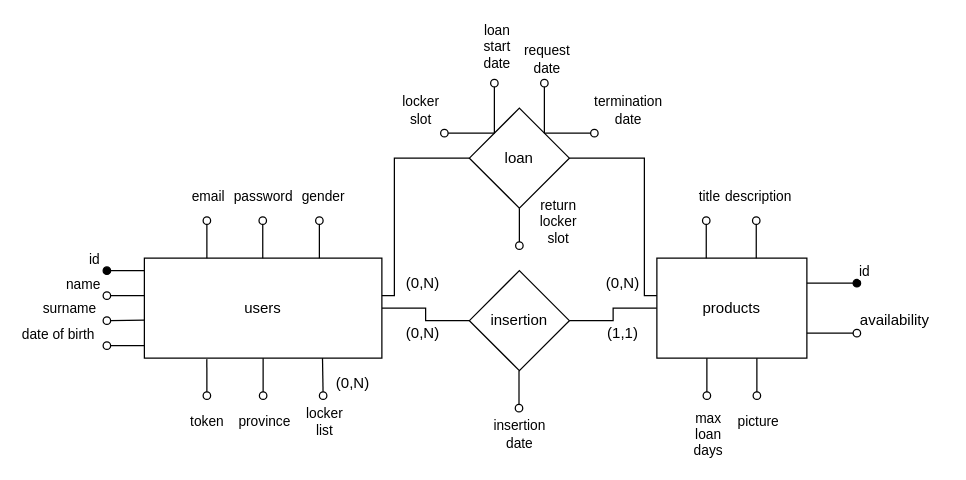
Bonis98/PRESTALOck keeps this draw.io diagram as DB design/ER.drawio. Above is the earlier version. Source tidied: cells renumbered, new cells numbered last; positions are measured from the earlier drawing's top-left corner, leaving out a move shared by most shapes. Both pictures are drawn from the tidied source at 125%, with x=0, y=0 at pixel (106, 82).
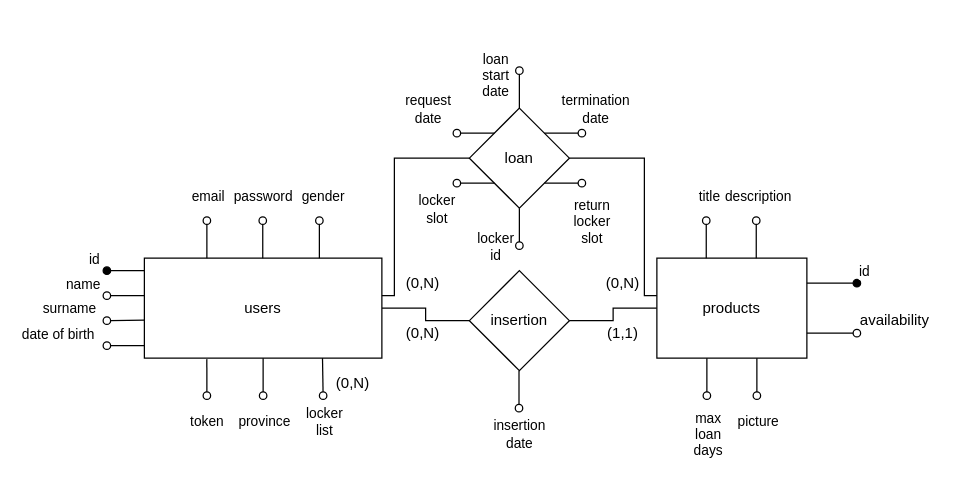
Above is the later version.

Unchanged cells that the change refers to:
```xml
<mxCell id="8" value="loan" style="rhombus;whiteSpace=wrap;html=1;" parent="1" vertex="1">
  <mxGeometry x="290" y="20" width="80" height="80" as="geometry" />
</mxCell>
```

Diff of the diagram source:
```diff
@@
-    <mxCell id="41" style="endArrow=none;html=1;rounded=0;startArrow=oval;startFill=0;strokeWidth=1;entryX=0;entryY=0;entryDx=0;entryDy=0;" parent="1" edge="1" target="8">
+    <mxCell id="41" style="endArrow=none;html=1;rounded=0;startArrow=oval;startFill=0;strokeWidth=1;entryX=0.5;entryY=0;entryDx=0;entryDy=0;" parent="1" edge="1" target="8">
       <mxGeometry relative="1" as="geometry">
-        <mxPoint x="310" as="sourcePoint" />
+        <mxPoint x="330" y="-10" as="sourcePoint" />
       </mxGeometry>
     </mxCell>
     <mxCell id="42" value="loan&lt;br&gt;start&lt;br&gt;date" style="edgeLabel;html=1;align=center;verticalAlign=middle;" parent="41" vertex="1">
       <mxGeometry x="0.29" relative="1" as="geometry">
-        <mxPoint x="1" y="-56" as="offset" />
+        <mxPoint x="-20" y="-16" as="offset" />
       </mxGeometry>
     </mxCell>
     <mxCell id="43" style="endArrow=none;html=1;rounded=0;startArrow=oval;startFill=0;strokeWidth=1;entryX=1;entryY=0;entryDx=0;entryDy=0;" parent="1" edge="1" target="8">
       <mxGeometry relative="1" as="geometry">
-        <mxPoint x="390" y="40" as="sourcePoint" />
+        <mxPoint x="380" y="40" as="sourcePoint" />
       </mxGeometry>
     </mxCell>
     <mxCell id="44" value="termination&lt;br&gt;date" style="edgeLabel;html=1;align=center;verticalAlign=middle;" parent="43" vertex="1">
       <mxGeometry x="0.29" relative="1" as="geometry">
-        <mxPoint x="52" y="-19" as="offset" />
+        <mxPoint x="29" y="-20" as="offset" />
       </mxGeometry>
     </mxCell>
-    <mxCell id="45" style="endArrow=none;html=1;rounded=0;startArrow=oval;startFill=0;strokeWidth=1;entryX=0;entryY=0;entryDx=0;entryDy=0;" parent="1" edge="1" target="8">
+    <mxCell id="45" style="endArrow=none;html=1;rounded=0;startArrow=oval;startFill=0;strokeWidth=1;entryX=0;entryY=1;entryDx=0;entryDy=0;" parent="1" edge="1" target="8">
       <mxGeometry relative="1" as="geometry">
-        <mxPoint x="270" y="40" as="sourcePoint" />
+        <mxPoint x="280" y="80" as="sourcePoint" />
       </mxGeometry>
     </mxCell>
     <mxCell id="46" value="locker&lt;br&gt;slot" style="edgeLabel;html=1;align=center;verticalAlign=middle;" parent="45" vertex="1">
       <mxGeometry x="0.29" relative="1" as="geometry">
-        <mxPoint x="-46" y="-19" as="offset" />
+        <mxPoint x="-36" y="20" as="offset" />
       </mxGeometry>
     </mxCell>
@@
-    <mxCell id="55" style="endArrow=none;html=1;rounded=0;startArrow=oval;startFill=0;strokeWidth=1;entryX=1;entryY=0;entryDx=0;entryDy=0;" parent="1" edge="1" target="8">
+    <mxCell id="55" style="endArrow=none;html=1;rounded=0;startArrow=oval;startFill=0;strokeWidth=1;entryX=0;entryY=0;entryDx=0;entryDy=0;" parent="1" edge="1" target="8">
       <mxGeometry relative="1" as="geometry">
-        <mxPoint x="350" as="sourcePoint" />
+        <mxPoint x="280" y="40" as="sourcePoint" />
       </mxGeometry>
     </mxCell>
     <mxCell id="56" value="request&lt;br&gt;date" style="edgeLabel;html=1;align=center;verticalAlign=middle;" parent="55" vertex="1">
       <mxGeometry x="0.29" relative="1" as="geometry">
-        <mxPoint x="1" y="-46" as="offset" />
+        <mxPoint x="-43" y="-20" as="offset" />
       </mxGeometry>
     </mxCell>
-    <mxCell id="57" style="endArrow=none;html=1;rounded=0;startArrow=oval;startFill=0;strokeWidth=1;entryX=0.5;entryY=1;entryDx=0;entryDy=0;" parent="1" edge="1" target="8">
+    <mxCell id="57" style="endArrow=none;html=1;rounded=0;startArrow=oval;startFill=0;strokeWidth=1;entryX=1;entryY=1;entryDx=0;entryDy=0;" parent="1" edge="1" target="8">
       <mxGeometry relative="1" as="geometry">
-        <mxPoint x="330" y="130" as="sourcePoint" />
+        <mxPoint x="380" y="80" as="sourcePoint" />
       </mxGeometry>
     </mxCell>
     <mxCell id="58" value="return&lt;br&gt;locker&lt;br&gt;slot" style="edgeLabel;html=1;align=center;verticalAlign=middle;" parent="57" vertex="1">
       <mxGeometry x="0.29" relative="1" as="geometry">
-        <mxPoint x="30" y="-1" as="offset" />
+        <mxPoint x="26" y="30" as="offset" />
       </mxGeometry>
     </mxCell>
+    <mxCell id="59" style="endArrow=none;html=1;rounded=0;startArrow=oval;startFill=0;strokeWidth=1;entryX=0.5;entryY=1;entryDx=0;entryDy=0;" parent="1" edge="1" target="8">
+      <mxGeometry relative="1" as="geometry">
+        <mxPoint x="330" y="130" as="sourcePoint" />
+      </mxGeometry>
+    </mxCell>
+    <mxCell id="60" value="locker&lt;br&gt;id" style="edgeLabel;html=1;align=center;verticalAlign=middle;" parent="59" vertex="1">
+      <mxGeometry x="0.29" relative="1" as="geometry">
+        <mxPoint x="-20" y="19" as="offset" />
+      </mxGeometry>
+    </mxCell>
```
